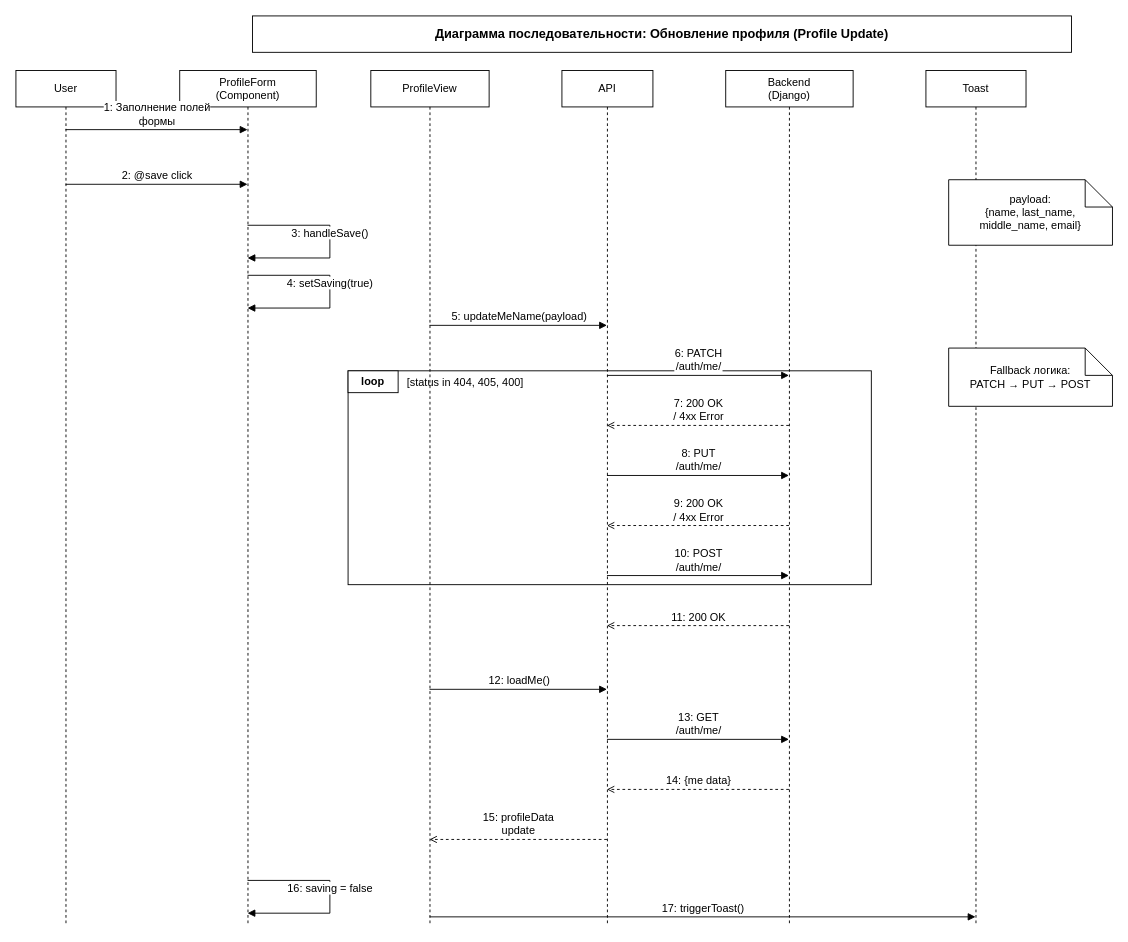
The draw.io diagram docs/diagrams/profile-update-sequence-diagram-uml2-fixed.drawio in Sqaz33/crm-bot-frontend, before the edit. Source tidied: cells renumbered, new cells numbered last; positions are measured from the earlier drawing's top-left corner, leaving out a move shared by most shapes. Both pictures are drawn from the tidied source at 91%, with x=0, y=0 at pixel (15, 15).
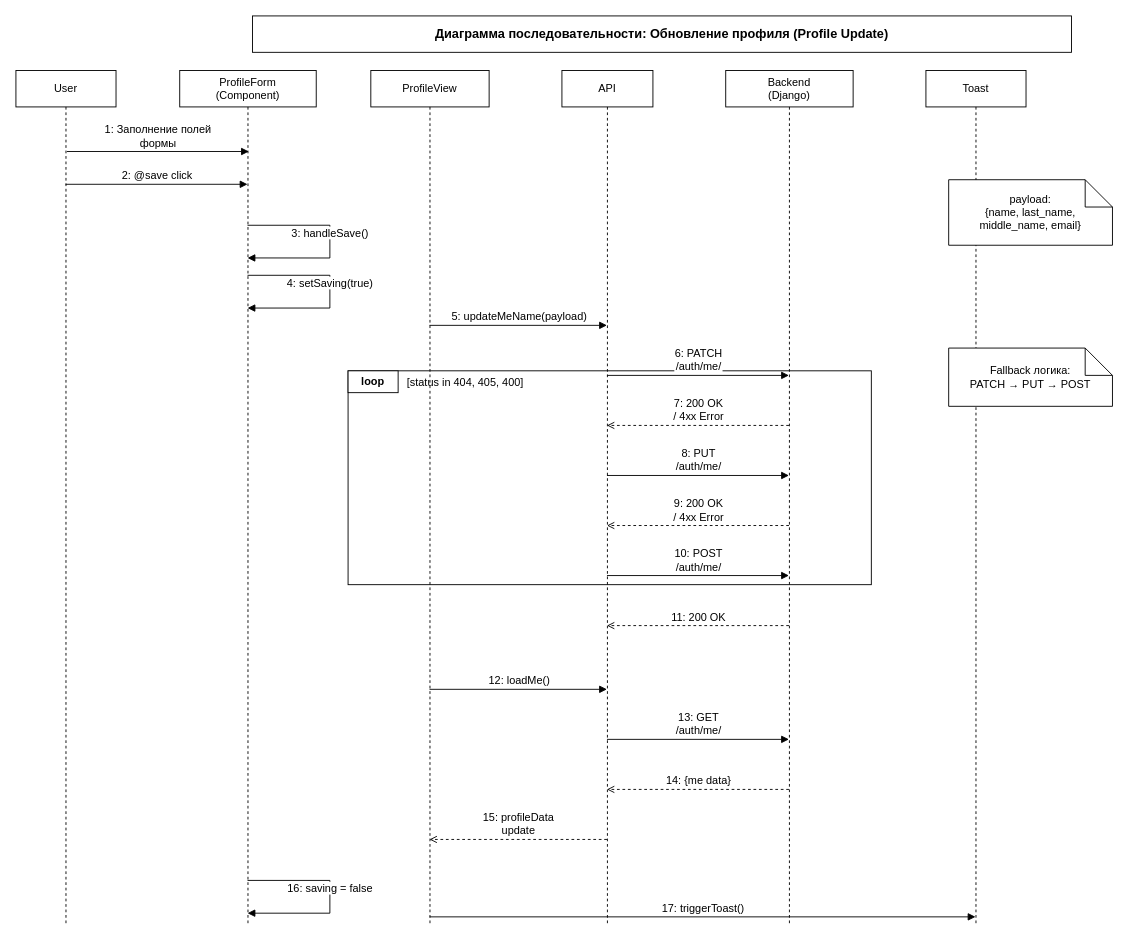
The same page after the edit.

The change refers to these unchanged cells:
```xml
<mxCell id="3" value="User" style="shape=umlLifeline;perimeter=lifelinePerimeter;whiteSpace=wrap;html=1;fillColor=#ffffff;strokeColor=#000000;fontColor=#000000;fontSize=12;" parent="1" vertex="1">
  <mxGeometry y="60" width="110" height="940" as="geometry" />
</mxCell>
<mxCell id="4" value="ProfileForm&lt;br&gt;(Component)" style="shape=umlLifeline;perimeter=lifelinePerimeter;whiteSpace=wrap;html=1;fillColor=#ffffff;strokeColor=#000000;fontColor=#000000;fontSize=12;" parent="1" vertex="1">
  <mxGeometry x="180" y="60" width="150" height="940" as="geometry" />
</mxCell>
```

What changed in the source:
```diff
@@
-    <mxCell id="14" value="1: Заполнение полей&#10;формы" style="edgeStyle=orthogonalEdgeStyle;rounded=0;jettySize=auto;html=1;strokeColor=#000000;fontColor=#000000;endArrow=block;endFill=1;dashed=0;fontSize=12;labelBackgroundColor=#ffffff;align=center;verticalAlign=bottom;exitX=0.5;exitY=0.0691;entryX=0.5;entryY=0.0691;" parent="1" edge="1" source="3" target="4">
-      <mxGeometry relative="1" as="geometry" />
+    <mxCell id="14" value="1: Заполнение полей&#10;формы" style="edgeStyle=orthogonalEdgeStyle;rounded=0;orthogonalLoop=1;jettySize=auto;html=1;strokeColor=#000000;fontColor=#000000;endArrow=block;endFill=1;dashed=0;fontSize=12;labelBackgroundColor=#ffffff;align=center;verticalAlign=bottom;exitX=0.5;exitY=0.0691;entryX=0.5;entryY=0.0691;" parent="1" edge="1">
+      <mxGeometry relative="1" as="geometry">
+        <mxPoint x="56" y="149" as="sourcePoint" />
+        <mxPoint x="256" y="149" as="targetPoint" />
+      </mxGeometry>
     </mxCell>
```
